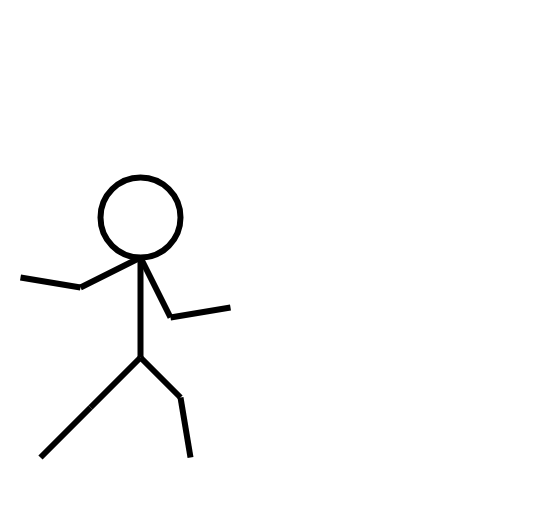
Above: stick.drawio in punnpkin/new (draw.io), before the change. Source tidied: cells renumbered, new cells numbered last; positions are measured from the earlier drawing's top-left corner, leaving out a move shared by most shapes. Both pictures are drawn from the tidied source at 100%, with x=0, y=0 at pixel (20, 177).
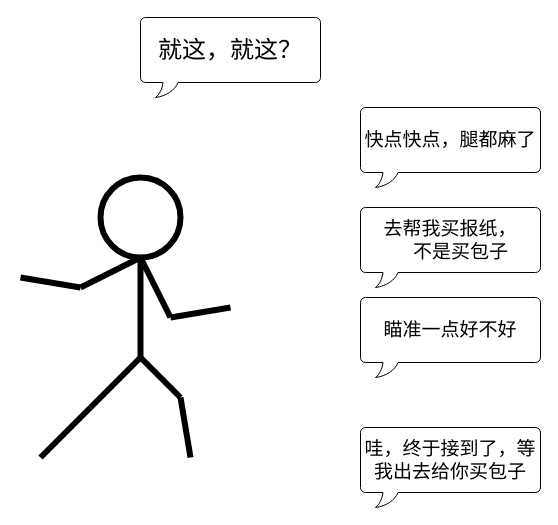
The same diagram, later.

What changed in the source:
```diff
@@
+    <mxCell id="12" value="快点快点，腿都麻了" style="whiteSpace=wrap;html=1;shape=mxgraph.basic.roundRectCallout;dx=30;dy=15;size=5;boundedLbl=1;fontFamily=微软雅黑;fontSize=19;" parent="1" vertex="1">
+      <mxGeometry x="340" y="-70" width="180" height="80" as="geometry" />
+    </mxCell>
+    <mxCell id="13" value="去帮我买报纸，&lt;br style=&quot;font-size: 19px;&quot;&gt;&amp;nbsp; &amp;nbsp; 不是买包子" style="whiteSpace=wrap;html=1;shape=mxgraph.basic.roundRectCallout;dx=30;dy=15;size=5;boundedLbl=1;fontFamily=微软雅黑;fontSize=19;" parent="1" vertex="1">
+      <mxGeometry x="340" y="30" width="180" height="80" as="geometry" />
+    </mxCell>
+    <mxCell id="14" value="瞄准一点好不好" style="whiteSpace=wrap;html=1;shape=mxgraph.basic.roundRectCallout;dx=30;dy=15;size=5;boundedLbl=1;fontFamily=微软雅黑;fontSize=19;" parent="1" vertex="1">
+      <mxGeometry x="340" y="120" width="180" height="80" as="geometry" />
+    </mxCell>
+    <mxCell id="15" value="哇，终于接到了，等我出去给你买包子" style="whiteSpace=wrap;html=1;shape=mxgraph.basic.roundRectCallout;dx=30;dy=15;size=5;boundedLbl=1;fontFamily=微软雅黑;fontSize=19;" parent="1" vertex="1">
+      <mxGeometry x="340" y="250" width="180" height="80" as="geometry" />
+    </mxCell>
+    <mxCell id="16" value="&lt;font style=&quot;font-size: 24px;&quot;&gt;就这，就这？&lt;/font&gt;" style="whiteSpace=wrap;html=1;shape=mxgraph.basic.roundRectCallout;dx=30;dy=15;size=5;boundedLbl=1;fontFamily=微软雅黑;fontSize=19;" parent="1" vertex="1">
+      <mxGeometry x="120" y="-160" width="180" height="80" as="geometry" />
+    </mxCell>
```
